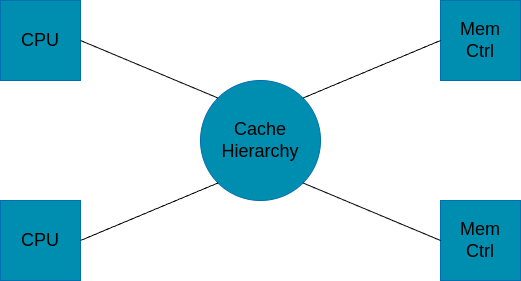
Above: slides/02-Using-gem5/04-cache-hierarchies-imgs/CPU_CacheHierarchy_MemCtrl.drawio.png in gem5bootcamp/latin-america-2024 (draw.io), before the change. Source tidied: cells renumbered, new cells last; positions are measured from the earlier drawing's top-left corner, leaving out a move shared by most shapes.
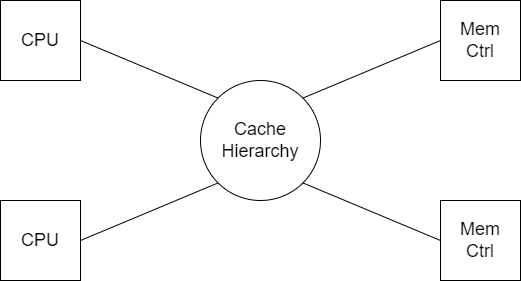
The same diagram one commit later.

What changed in the source:
```diff
@@ -2,19 +2,19 @@
   <root>
     <mxCell id="0" />
     <mxCell id="1" parent="0" />
-    <mxCell id="2" value="&lt;font color=&quot;#000000&quot; style=&quot;font-size: 18px;&quot;&gt;Cache Hierarchy&lt;/font&gt;" style="ellipse;whiteSpace=wrap;html=1;fillColor=#008EB0;fontColor=#ffffff;strokeColor=#006EAF;" parent="1" vertex="1">
+    <mxCell id="2" value="&lt;font color=&quot;#000000&quot; style=&quot;font-size: 18px;&quot;&gt;Cache Hierarchy&lt;/font&gt;" style="ellipse;whiteSpace=wrap;html=1;fillColor=none;fontColor=#ffffff;strokeColor=default;" parent="1" vertex="1">
       <mxGeometry x="200" y="80" width="120" height="120" as="geometry" />
     </mxCell>
-    <mxCell id="3" value="&lt;font color=&quot;#000000&quot; style=&quot;font-size: 18px;&quot;&gt;CPU&lt;/font&gt;" style="whiteSpace=wrap;html=1;fillColor=#008EB0;fontColor=#ffffff;strokeColor=#006EAF;" parent="1" vertex="1">
+    <mxCell id="3" value="&lt;font color=&quot;#000000&quot; style=&quot;font-size: 18px;&quot;&gt;CPU&lt;/font&gt;" style="whiteSpace=wrap;html=1;fillColor=none;fontColor=#ffffff;strokeColor=default;" parent="1" vertex="1">
       <mxGeometry width="80" height="80" as="geometry" />
     </mxCell>
-    <mxCell id="4" value="&lt;font color=&quot;#000000&quot; style=&quot;font-size: 18px;&quot;&gt;CPU&lt;/font&gt;" style="whiteSpace=wrap;html=1;fillColor=#008EB0;fontColor=#ffffff;strokeColor=#006EAF;" parent="1" vertex="1">
+    <mxCell id="4" value="&lt;font color=&quot;#000000&quot; style=&quot;font-size: 18px;&quot;&gt;CPU&lt;/font&gt;" style="whiteSpace=wrap;html=1;fillColor=none;fontColor=#ffffff;strokeColor=default;" parent="1" vertex="1">
       <mxGeometry y="200" width="80" height="80" as="geometry" />
     </mxCell>
-    <mxCell id="5" value="&lt;font color=&quot;#000000&quot; style=&quot;font-size: 18px;&quot;&gt;Mem &lt;br&gt;Ctrl&lt;/font&gt;" style="whiteSpace=wrap;html=1;fillColor=#008EB0;fontColor=#ffffff;strokeColor=#006EAF;" parent="1" vertex="1">
+    <mxCell id="5" value="&lt;font color=&quot;#000000&quot; style=&quot;font-size: 18px;&quot;&gt;Mem &lt;br&gt;Ctrl&lt;/font&gt;" style="whiteSpace=wrap;html=1;fillColor=none;fontColor=#ffffff;strokeColor=default;" parent="1" vertex="1">
       <mxGeometry x="440" width="80" height="80" as="geometry" />
     </mxCell>
-    <mxCell id="6" value="&lt;font color=&quot;#000000&quot; style=&quot;font-size: 18px;&quot;&gt;Mem&lt;br&gt;Ctrl&lt;br&gt;&lt;/font&gt;" style="whiteSpace=wrap;html=1;fillColor=#008EB0;fontColor=#ffffff;strokeColor=#006EAF;" parent="1" vertex="1">
+    <mxCell id="6" value="&lt;font color=&quot;#000000&quot; style=&quot;font-size: 18px;&quot;&gt;Mem&lt;br&gt;Ctrl&lt;br&gt;&lt;/font&gt;" style="whiteSpace=wrap;html=1;fillColor=none;fontColor=#ffffff;strokeColor=default;" parent="1" vertex="1">
       <mxGeometry x="440" y="200" width="80" height="80" as="geometry" />
     </mxCell>
     <mxCell id="7" style="endArrow=none;html=1;fontSize=18;fontColor=#000000;exitX=1;exitY=0;exitDx=0;exitDy=0;" parent="1" edge="1" source="2">
@@ -31,5 +31,15 @@
     <mxCell id="10" style="endArrow=none;html=1;fontSize=18;fontColor=#000000;entryX=1;entryY=1;entryDx=0;entryDy=0;exitX=0;exitY=0.5;exitDx=0;exitDy=0;" parent="1" edge="1" source="6" target="2">
       <mxGeometry relative="1" as="geometry" />
     </mxCell>
+    <mxCell id="11" style="edgeStyle=none;html=1;exitX=0.5;exitY=1;exitDx=0;exitDy=0;entryX=0.5;entryY=0;entryDx=0;entryDy=0;fontSize=18;strokeColor=none;" parent="1" edge="1" target="2">
+      <mxGeometry relative="1" as="geometry">
+        <mxPoint x="260" y="50" as="sourcePoint" />
+      </mxGeometry>
+    </mxCell>
+    <mxCell id="12" style="edgeStyle=none;html=1;exitX=0.5;exitY=0;exitDx=0;exitDy=0;entryX=0.5;entryY=1;entryDx=0;entryDy=0;fontSize=18;strokeColor=none;" parent="1" edge="1" target="2">
+      <mxGeometry relative="1" as="geometry">
+        <mxPoint x="260" y="230" as="sourcePoint" />
+      </mxGeometry>
+    </mxCell>
   </root>
 </mxGraphModel>
```
